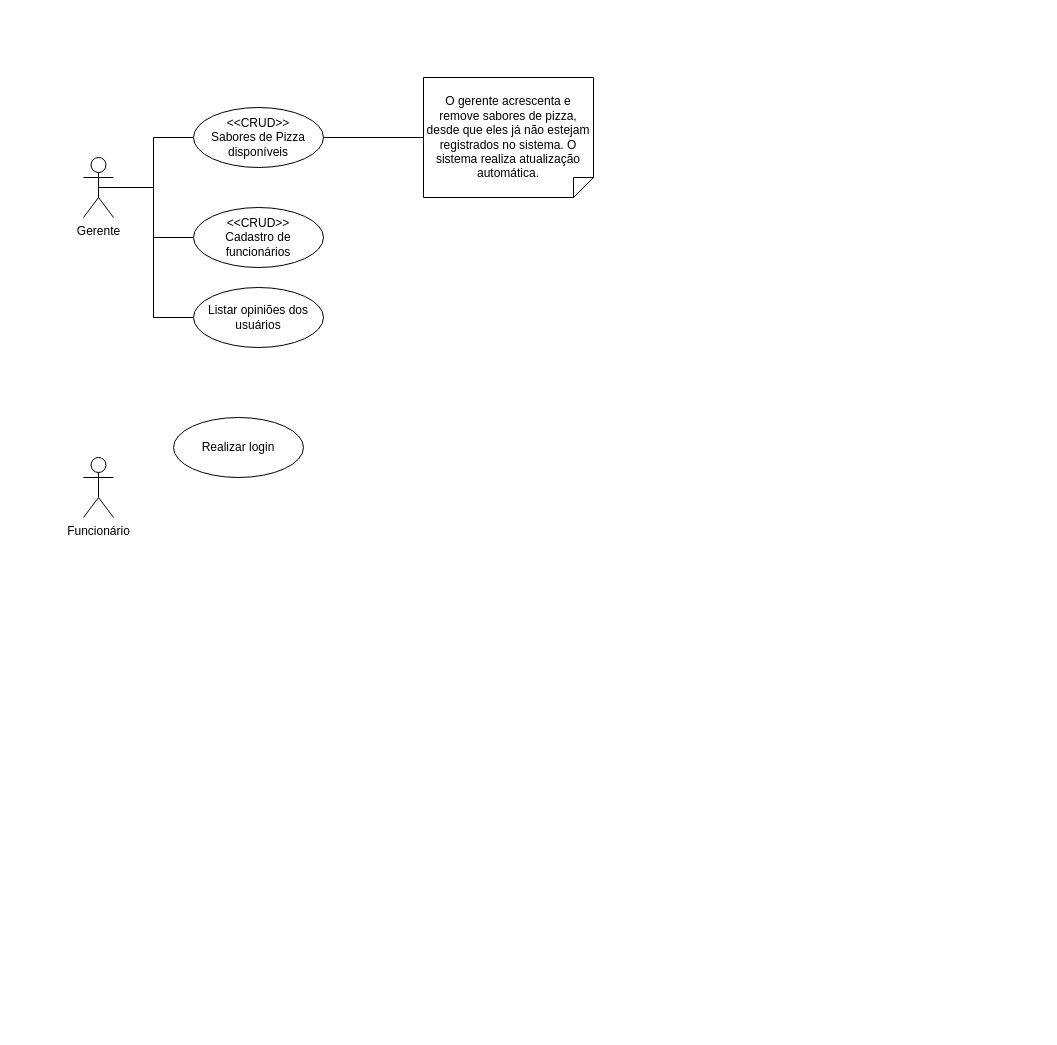
Above: Eng. de software/CSU1.drawio in LuisAugusto0/Arquivos_PUC_CC (draw.io), before the change. Source tidied: cells renumbered, new cells numbered last; positions are measured from the earlier drawing's top-left corner, leaving out a move shared by most shapes. Both pictures are drawn from the tidied source at 100%, with x=0, y=0 at pixel (83, 77).
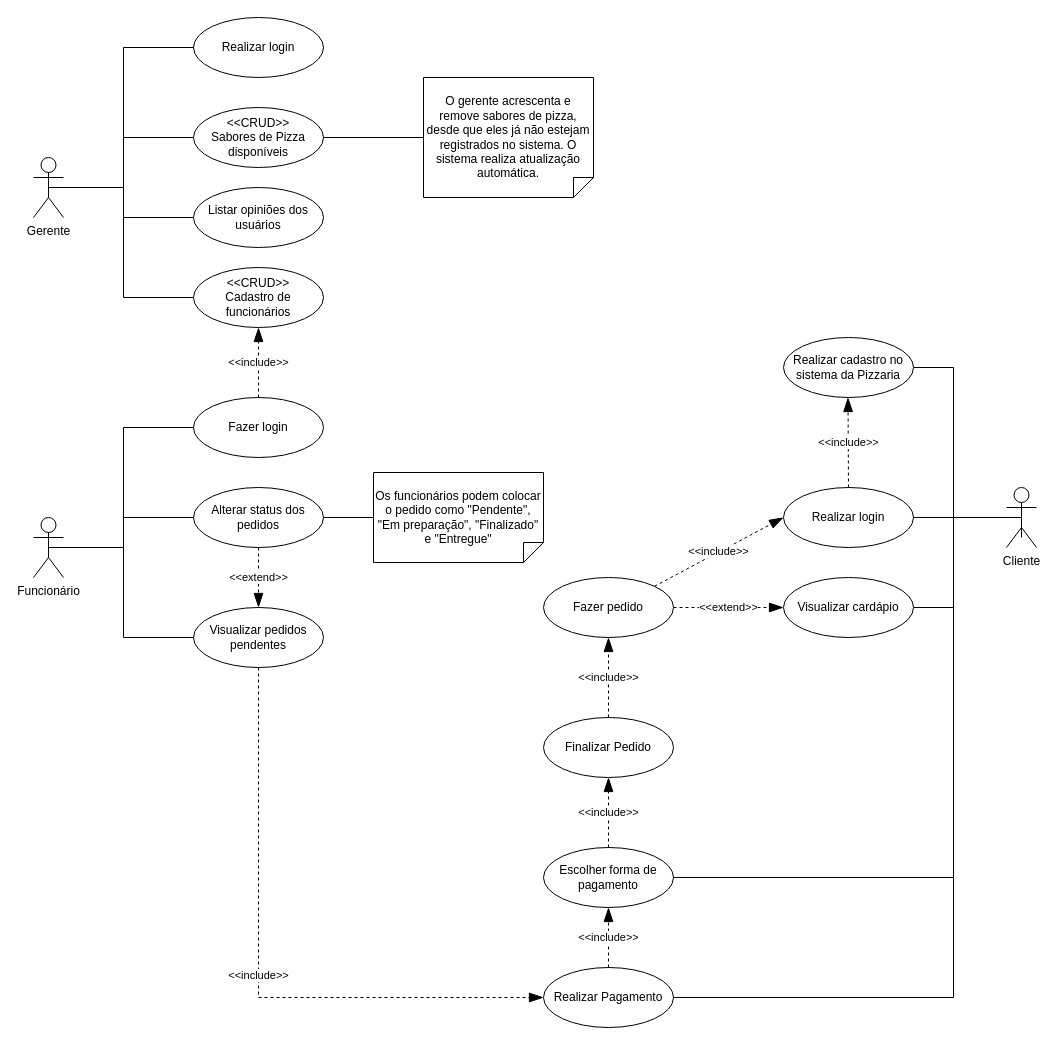
After the change.

The change refers to these unchanged cells:
```xml
<mxCell id="7" value="&amp;lt;&amp;lt;CRUD&amp;gt;&amp;gt;&lt;br&gt;Sabores de Pizza disponíveis" style="ellipse;whiteSpace=wrap;html=1;align=center;" parent="1" vertex="1">
  <mxGeometry x="110" y="30" width="130" height="60" as="geometry" />
</mxCell>
```

Change to the diagram source:
```diff
@@
     <mxCell id="2" style="edgeStyle=orthogonalEdgeStyle;rounded=0;jettySize=auto;html=1;exitX=0.5;exitY=0.5;exitDx=0;exitDy=0;exitPerimeter=0;endArrow=none;endFill=0;" parent="1" edge="1" source="5" target="7">
-      <mxGeometry relative="1" as="geometry" />
+      <mxGeometry relative="1" as="geometry">
+        <Array as="points">
+          <mxPoint x="40" y="110" />
+          <mxPoint x="40" y="60" />
+        </Array>
+      </mxGeometry>
     </mxCell>
     <mxCell id="3" style="edgeStyle=orthogonalEdgeStyle;rounded=0;jettySize=auto;html=1;exitX=0.5;exitY=0.5;exitDx=0;exitDy=0;exitPerimeter=0;entryX=0;entryY=0.5;entryDx=0;entryDy=0;endArrow=none;endFill=0;" parent="1" edge="1" source="5" target="10">
-      <mxGeometry relative="1" as="geometry" />
+      <mxGeometry relative="1" as="geometry">
+        <Array as="points">
+          <mxPoint x="40" y="110" />
+          <mxPoint x="40" y="220" />
+        </Array>
+      </mxGeometry>
     </mxCell>
     <mxCell id="4" style="edgeStyle=orthogonalEdgeStyle;rounded=0;jettySize=auto;html=1;exitX=0.5;exitY=0.5;exitDx=0;exitDy=0;exitPerimeter=0;entryX=0;entryY=0.5;entryDx=0;entryDy=0;endArrow=none;endFill=0;" parent="1" edge="1" source="5" target="11">
-      <mxGeometry relative="1" as="geometry" />
+      <mxGeometry relative="1" as="geometry">
+        <Array as="points">
+          <mxPoint x="40" y="110" />
+          <mxPoint x="40" y="140" />
+        </Array>
+      </mxGeometry>
     </mxCell>
     <mxCell id="5" value="Gerente" style="shape=umlActor;verticalLabelPosition=bottom;verticalAlign=top;html=1;outlineConnect=0;" parent="1" vertex="1">
-      <mxGeometry y="80" width="30" height="60" as="geometry" />
+      <mxGeometry x="-50" y="80" width="30" height="60" as="geometry" />
     </mxCell>
+    <mxCell id="13" style="edgeStyle=orthogonalEdgeStyle;rounded=0;jettySize=auto;html=1;exitX=0.5;exitY=0.5;exitDx=0;exitDy=0;exitPerimeter=0;endArrow=none;endFill=0;" parent="1" edge="1" source="6" target="15">
+      <mxGeometry relative="1" as="geometry">
+        <Array as="points">
+          <mxPoint x="40" y="470" />
+          <mxPoint x="40" y="560" />
+        </Array>
+      </mxGeometry>
+    </mxCell>
+    <mxCell id="14" style="edgeStyle=orthogonalEdgeStyle;rounded=0;jettySize=auto;html=1;exitX=0.5;exitY=0.5;exitDx=0;exitDy=0;exitPerimeter=0;entryX=0;entryY=0.5;entryDx=0;entryDy=0;endArrow=none;endFill=0;" parent="1" edge="1" source="6" target="20">
+      <mxGeometry relative="1" as="geometry">
+        <Array as="points">
+          <mxPoint x="40" y="470" />
+          <mxPoint x="40" y="440" />
+        </Array>
+      </mxGeometry>
+    </mxCell>
     <mxCell id="6" value="Funcionário" style="shape=umlActor;verticalLabelPosition=bottom;verticalAlign=top;html=1;outlineConnect=0;" parent="1" vertex="1">
-      <mxGeometry y="380" width="30" height="60" as="geometry" />
+      <mxGeometry x="-50" y="440" width="30" height="60" as="geometry" />
     </mxCell>
@@
     <mxCell id="10" value="&amp;lt;&amp;lt;CRUD&amp;gt;&amp;gt;&lt;br&gt;Cadastro de funcionários" style="ellipse;whiteSpace=wrap;html=1;align=center;" parent="1" vertex="1">
-      <mxGeometry x="110" y="130" width="130" height="60" as="geometry" />
+      <mxGeometry x="110" y="190" width="130" height="60" as="geometry" />
     </mxCell>
     <mxCell id="11" value="Listar opiniões dos usuários" style="ellipse;whiteSpace=wrap;html=1;align=center;" parent="1" vertex="1">
-      <mxGeometry x="110" y="210" width="130" height="60" as="geometry" />
+      <mxGeometry x="110" y="110" width="130" height="60" as="geometry" />
     </mxCell>
     <mxCell id="12" value="Realizar login" style="ellipse;whiteSpace=wrap;html=1;align=center;" parent="1" vertex="1">
-      <mxGeometry x="90" y="340" width="130" height="60" as="geometry" />
+      <mxGeometry x="110" y="-60" width="130" height="60" as="geometry" />
     </mxCell>
+    <mxCell id="15" value="Visualizar pedidos pendentes" style="ellipse;whiteSpace=wrap;html=1;align=center;" parent="1" vertex="1">
+      <mxGeometry x="110" y="530" width="130" height="60" as="geometry" />
+    </mxCell>
+    <mxCell id="16" style="edgeStyle=orthogonalEdgeStyle;rounded=0;jettySize=auto;html=1;exitX=0.5;exitY=0.5;exitDx=0;exitDy=0;exitPerimeter=0;entryX=1;entryY=0.5;entryDx=0;entryDy=0;endArrow=none;endFill=0;" parent="1" edge="1" source="19" target="28">
+      <mxGeometry relative="1" as="geometry">
+        <Array as="points">
+          <mxPoint x="870" y="440" />
+          <mxPoint x="870" y="290" />
+        </Array>
+      </mxGeometry>
+    </mxCell>
+    <mxCell id="17" style="edgeStyle=orthogonalEdgeStyle;rounded=0;jettySize=auto;html=1;exitX=0.5;exitY=0.5;exitDx=0;exitDy=0;exitPerimeter=0;entryX=1;entryY=0.5;entryDx=0;entryDy=0;endArrow=none;endFill=0;" parent="1" edge="1" source="19" target="25">
+      <mxGeometry relative="1" as="geometry">
+        <Array as="points">
+          <mxPoint x="870" y="440" />
+          <mxPoint x="870" y="530" />
+        </Array>
+      </mxGeometry>
+    </mxCell>
+    <mxCell id="18" style="edgeStyle=orthogonalEdgeStyle;rounded=0;jettySize=auto;html=1;exitX=0.5;exitY=0.5;exitDx=0;exitDy=0;exitPerimeter=0;entryX=1;entryY=0.5;entryDx=0;entryDy=0;endArrow=none;endFill=0;" parent="1" edge="1" source="19" target="38">
+      <mxGeometry relative="1" as="geometry">
+        <Array as="points">
+          <mxPoint x="870" y="440" />
+          <mxPoint x="870" y="920" />
+        </Array>
+      </mxGeometry>
+    </mxCell>
+    <mxCell id="19" value="Cliente" style="shape=umlActor;verticalLabelPosition=bottom;verticalAlign=top;html=1;outlineConnect=0;" parent="1" vertex="1">
+      <mxGeometry x="923" y="410" width="30" height="60" as="geometry" />
+    </mxCell>
+    <mxCell id="20" value="Alterar status dos pedidos" style="ellipse;whiteSpace=wrap;html=1;align=center;" parent="1" vertex="1">
+      <mxGeometry x="110" y="410" width="130" height="60" as="geometry" />
+    </mxCell>
+    <mxCell id="21" value="Fazer login" style="ellipse;whiteSpace=wrap;html=1;align=center;" parent="1" vertex="1">
+      <mxGeometry x="110" y="320" width="130" height="60" as="geometry" />
+    </mxCell>
+    <mxCell id="22" style="edgeStyle=orthogonalEdgeStyle;rounded=0;jettySize=auto;html=1;exitX=0;exitY=0.5;exitDx=0;exitDy=0;entryX=0.5;entryY=0.5;entryDx=0;entryDy=0;entryPerimeter=0;endArrow=none;endFill=0;" parent="1" edge="1" source="12" target="5">
+      <mxGeometry relative="1" as="geometry">
+        <Array as="points">
+          <mxPoint x="40" y="-30" />
+          <mxPoint x="40" y="110" />
+        </Array>
+      </mxGeometry>
+    </mxCell>
+    <mxCell id="23" style="edgeStyle=orthogonalEdgeStyle;rounded=0;jettySize=auto;html=1;exitX=0;exitY=0.5;exitDx=0;exitDy=0;entryX=0.5;entryY=0.5;entryDx=0;entryDy=0;entryPerimeter=0;endArrow=none;endFill=0;" parent="1" edge="1" source="21" target="6">
+      <mxGeometry relative="1" as="geometry">
+        <Array as="points">
+          <mxPoint x="40" y="350" />
+          <mxPoint x="40" y="470" />
+        </Array>
+      </mxGeometry>
+    </mxCell>
+    <mxCell id="24" value="&amp;lt;&amp;lt;include&amp;gt;&amp;gt;" style="endArrow=blockThin;endSize=12;dashed=1;html=1;rounded=0;exitX=0.5;exitY=0;exitDx=0;exitDy=0;entryX=0.5;entryY=1;entryDx=0;entryDy=0;endFill=1;" parent="1" edge="1" source="21" target="10">
+      <mxGeometry relative="1" as="geometry" />
+    </mxCell>
+    <mxCell id="25" value="Visualizar cardápio" style="ellipse;whiteSpace=wrap;html=1;align=center;" parent="1" vertex="1">
+      <mxGeometry x="700" y="500" width="130" height="60" as="geometry" />
+    </mxCell>
+    <mxCell id="26" value="Fazer pedido" style="ellipse;whiteSpace=wrap;html=1;align=center;" parent="1" vertex="1">
+      <mxGeometry x="460" y="500" width="130" height="60" as="geometry" />
+    </mxCell>
+    <mxCell id="27" value="&amp;lt;&amp;lt;extend&amp;gt;&amp;gt;" style="endArrow=blockThin;endSize=12;dashed=1;html=1;rounded=0;exitX=1;exitY=0.5;exitDx=0;exitDy=0;endFill=1;" parent="1" edge="1" source="26">
+      <mxGeometry relative="1" as="geometry">
+        <mxPoint x="700" y="530" as="targetPoint" />
+      </mxGeometry>
+    </mxCell>
+    <mxCell id="28" value="Realizar cadastro no sistema da Pizzaria" style="ellipse;whiteSpace=wrap;html=1;align=center;" parent="1" vertex="1">
+      <mxGeometry x="700" y="260" width="130" height="60" as="geometry" />
+    </mxCell>
+    <mxCell id="29" value="Realizar login" style="ellipse;whiteSpace=wrap;html=1;align=center;" parent="1" vertex="1">
+      <mxGeometry x="700" y="410" width="130" height="60" as="geometry" />
+    </mxCell>
+    <mxCell id="30" style="edgeStyle=orthogonalEdgeStyle;rounded=0;jettySize=auto;html=1;exitX=1;exitY=0.5;exitDx=0;exitDy=0;entryX=0.5;entryY=0.5;entryDx=0;entryDy=0;entryPerimeter=0;endArrow=none;endFill=0;" parent="1" edge="1" source="29" target="19">
+      <mxGeometry relative="1" as="geometry">
+        <Array as="points">
+          <mxPoint x="830" y="440" />
+        </Array>
+      </mxGeometry>
+    </mxCell>
+    <mxCell id="31" value="&amp;lt;&amp;lt;include&amp;gt;&amp;gt;" style="endArrow=blockThin;endSize=12;dashed=1;html=1;rounded=0;exitX=0.5;exitY=0;exitDx=0;exitDy=0;entryX=0.5;entryY=1;entryDx=0;entryDy=0;endFill=1;" parent="1" edge="1" source="29">
+      <mxGeometry relative="1" as="geometry">
+        <mxPoint x="764.5" y="320" as="targetPoint" />
+      </mxGeometry>
+    </mxCell>
+    <mxCell id="32" value="&amp;lt;&amp;lt;include&amp;gt;&amp;gt;" style="endArrow=blockThin;endSize=12;dashed=1;html=1;rounded=0;exitX=1;exitY=0;exitDx=0;exitDy=0;endFill=1;" parent="1" edge="1" source="26">
+      <mxGeometry relative="1" as="geometry">
+        <mxPoint x="700" y="440" as="targetPoint" />
+      </mxGeometry>
+    </mxCell>
+    <mxCell id="33" value="Finalizar Pedido" style="ellipse;whiteSpace=wrap;html=1;align=center;" parent="1" vertex="1">
+      <mxGeometry x="460" y="640" width="130" height="60" as="geometry" />
+    </mxCell>
+    <mxCell id="34" value="&amp;lt;&amp;lt;include&amp;gt;&amp;gt;" style="endArrow=blockThin;endSize=12;dashed=1;html=1;rounded=0;endFill=1;entryX=0.5;entryY=1;entryDx=0;entryDy=0;exitX=0.5;exitY=0;exitDx=0;exitDy=0;" parent="1" edge="1" source="33" target="26">
+      <mxGeometry relative="1" as="geometry" />
+    </mxCell>
+    <mxCell id="35" value="Escolher forma de pagamento" style="ellipse;whiteSpace=wrap;html=1;align=center;" parent="1" vertex="1">
+      <mxGeometry x="460" y="770" width="130" height="60" as="geometry" />
+    </mxCell>
+    <mxCell id="36" style="edgeStyle=orthogonalEdgeStyle;rounded=0;orthogonalLoop=1;jettySize=auto;html=1;entryX=0.5;entryY=0.5;entryDx=0;entryDy=0;entryPerimeter=0;endArrow=none;endFill=0;" parent="1" edge="1">
+      <mxGeometry relative="1" as="geometry">
+        <mxPoint x="590" y="800" as="sourcePoint" />
+        <mxPoint x="938" y="460" as="targetPoint" />
+        <Array as="points">
+          <mxPoint x="870" y="800" />
+          <mxPoint x="870" y="440" />
+          <mxPoint x="938" y="440" />
+        </Array>
+      </mxGeometry>
+    </mxCell>
+    <mxCell id="37" value="&amp;lt;&amp;lt;include&amp;gt;&amp;gt;" style="endArrow=blockThin;endSize=12;dashed=1;html=1;rounded=0;endFill=1;entryX=0.5;entryY=1;entryDx=0;entryDy=0;exitX=0.5;exitY=0;exitDx=0;exitDy=0;" parent="1" edge="1" source="35" target="33">
+      <mxGeometry relative="1" as="geometry" />
+    </mxCell>
+    <mxCell id="38" value="Realizar Pagamento" style="ellipse;whiteSpace=wrap;html=1;align=center;" parent="1" vertex="1">
+      <mxGeometry x="460" y="890" width="130" height="60" as="geometry" />
+    </mxCell>
+    <mxCell id="39" value="&amp;lt;&amp;lt;include&amp;gt;&amp;gt;" style="endArrow=blockThin;endSize=12;dashed=1;html=1;rounded=0;exitX=0.5;exitY=0;exitDx=0;exitDy=0;endFill=1;entryX=0.5;entryY=1;entryDx=0;entryDy=0;" parent="1" edge="1" source="38" target="35">
+      <mxGeometry relative="1" as="geometry" />
+    </mxCell>
+    <mxCell id="40" value="Os funcionários podem colocar o pedido como &quot;Pendente&quot;, &quot;Em preparação&quot;, &quot;Finalizado&quot; e &quot;Entregue&quot;" style="shape=note;size=20;whiteSpace=wrap;html=1;direction=south;" parent="1" vertex="1">
+      <mxGeometry x="290" y="395" width="170" height="90" as="geometry" />
+    </mxCell>
+    <mxCell id="41" style="edgeStyle=orthogonalEdgeStyle;rounded=0;jettySize=auto;html=1;exitX=1;exitY=0.5;exitDx=0;exitDy=0;entryX=0.5;entryY=1;entryDx=0;entryDy=0;entryPerimeter=0;endArrow=none;endFill=0;" parent="1" edge="1" source="20" target="40">
+      <mxGeometry relative="1" as="geometry" />
+    </mxCell>
+    <mxCell id="42" value="&amp;lt;&amp;lt;extend&amp;gt;&amp;gt;" style="endArrow=blockThin;endSize=12;dashed=1;html=1;rounded=0;endFill=1;entryX=0.5;entryY=0;entryDx=0;entryDy=0;exitX=0.5;exitY=1;exitDx=0;exitDy=0;" parent="1" edge="1" source="20" target="15">
+      <mxGeometry relative="1" as="geometry" />
+    </mxCell>
+    <mxCell id="43" value="&amp;lt;&amp;lt;include&amp;gt;&amp;gt;" style="endArrow=blockThin;endSize=12;dashed=1;html=1;rounded=0;endFill=1;entryX=0;entryY=0.5;entryDx=0;entryDy=0;exitX=0.5;exitY=1;exitDx=0;exitDy=0;edgeStyle=orthogonalEdgeStyle;" parent="1" edge="1" source="15" target="38">
+      <mxGeometry relative="1" as="geometry" />
+    </mxCell>
```
